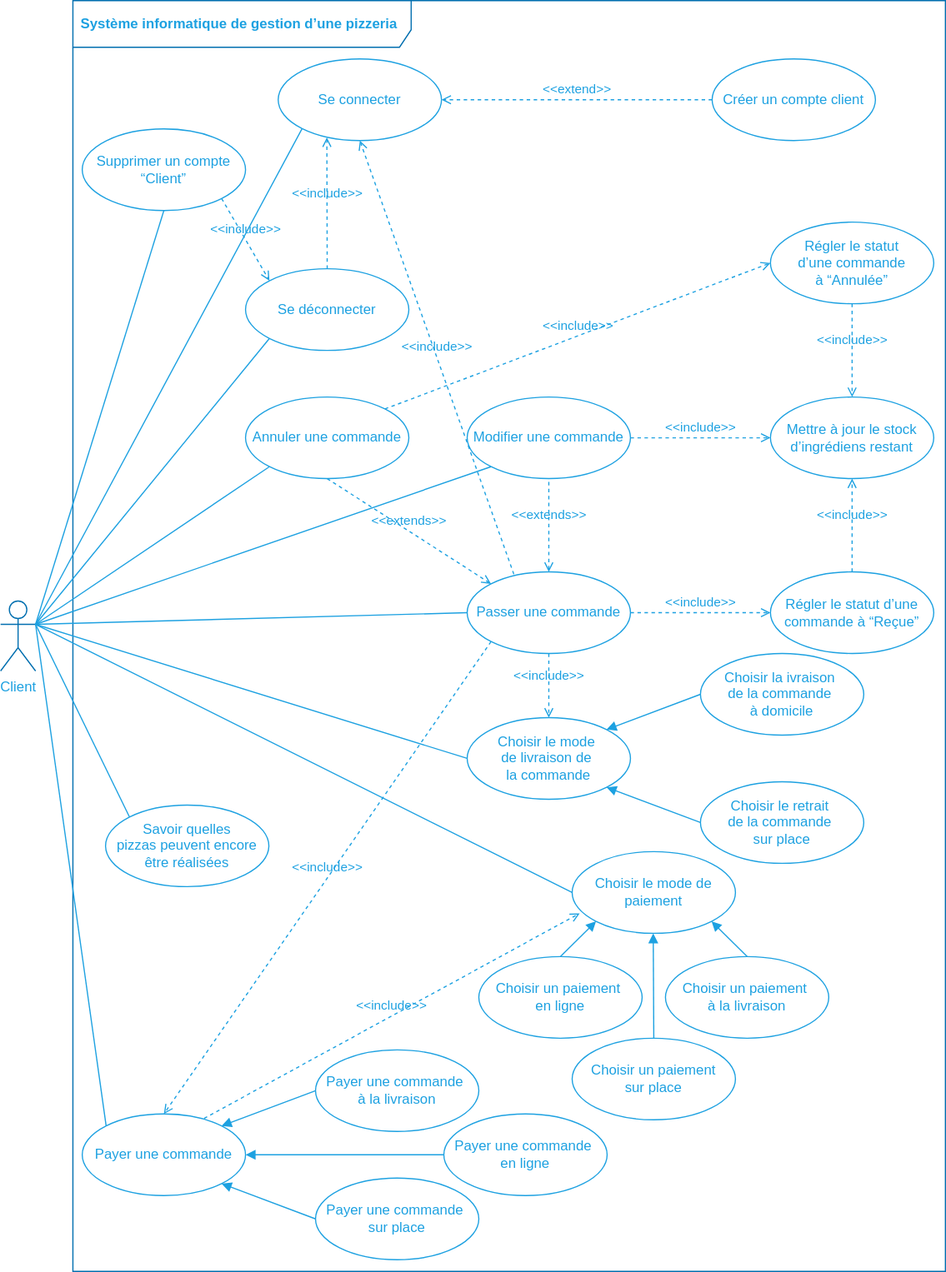
centvingt/OCPizzaRedaction keeps this draw.io diagram as img/figure_use-case-diagram-customer.svg. Above is the earlier version. Source tidied: cells renumbered, new cells last; positions are measured from the earlier drawing's top-left corner, leaving out a move shared by most shapes.
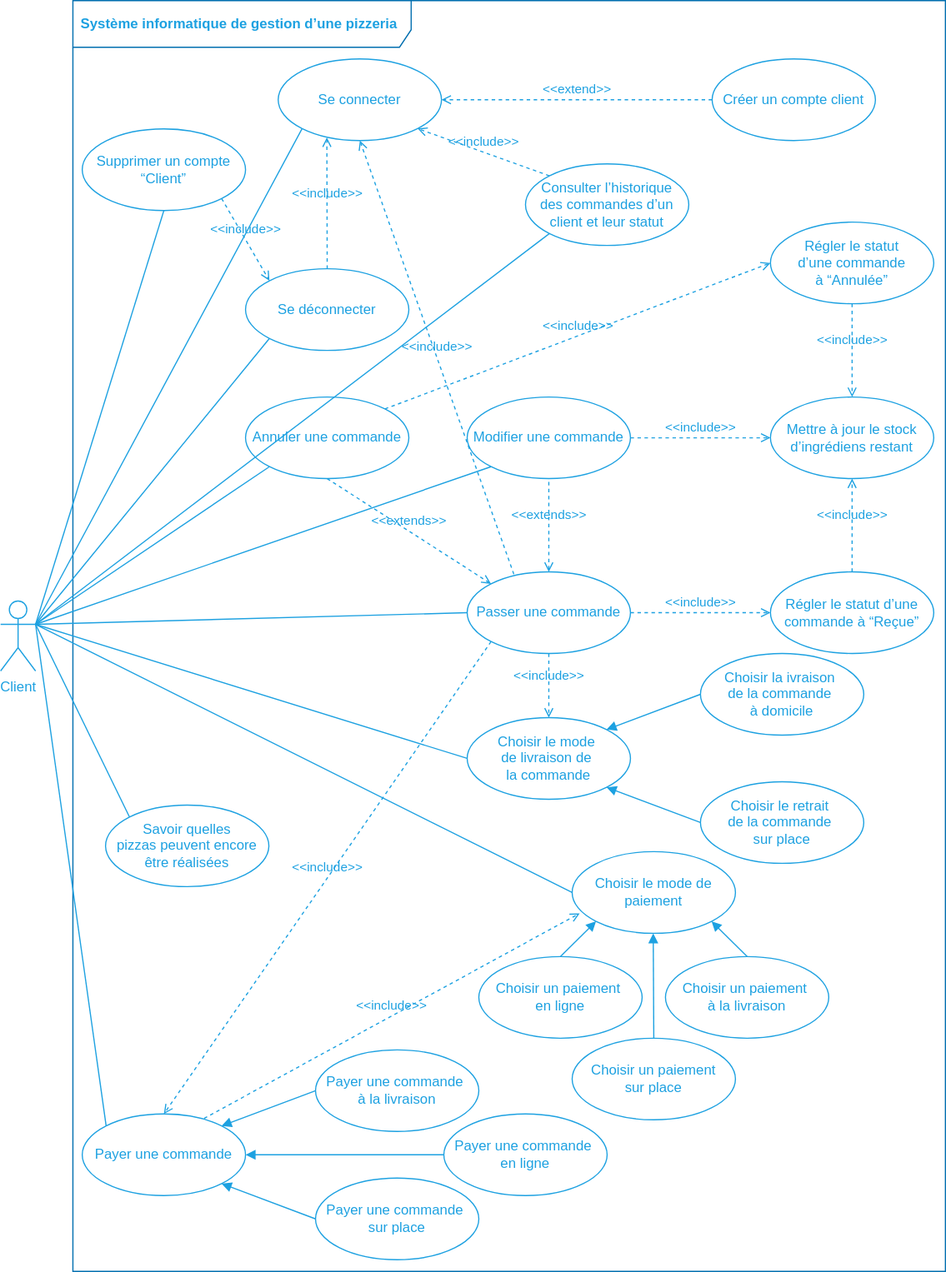
The same file after the commit.

Diff of the diagram source:
```diff
@@ -2,7 +2,7 @@
   <root>
     <mxCell id="0" />
     <mxCell id="1" value="Acteurs et actions" parent="0" />
-    <mxCell id="2" value="&lt;font color=&quot;#1da1e1&quot;&gt;Client&lt;/font&gt;" style="shape=umlActor;verticalLabelPosition=bottom;verticalAlign=top;html=1;strokeColor=#006EAF;fontColor=#ffffff;fillColor=none;" parent="1" vertex="1">
+    <mxCell id="2" value="&lt;font color=&quot;#1da1e1&quot;&gt;Client&lt;/font&gt;" style="shape=umlActor;verticalLabelPosition=bottom;verticalAlign=top;html=1;fontColor=#ffffff;fillColor=none;strokeColor=#1DA1E1;" parent="1" vertex="1">
       <mxGeometry y="515" width="30" height="60" as="geometry" />
     </mxCell>
     <mxCell id="3" value="&lt;font color=&quot;#1da1e1&quot;&gt;Système informatique de gestion d’une pizzeria&lt;/font&gt;" style="shape=umlFrame;whiteSpace=wrap;html=1;width=290;height=40;boundedLbl=1;verticalAlign=middle;align=left;spacingLeft=5;strokeColor=#006EAF;fontColor=#ffffff;fillColor=none;fontStyle=1;" parent="1" vertex="1">
@@ -181,5 +181,14 @@
     <mxCell id="60" value="&lt;font color=&quot;#1da1e1&quot;&gt;&amp;lt;&amp;lt;include&amp;gt;&amp;gt;&lt;/font&gt;" style="html=1;verticalAlign=bottom;labelBackgroundColor=none;endArrow=open;endFill=0;dashed=1;strokeColor=#1DA1E1;exitX=0.746;exitY=0.055;exitDx=0;exitDy=0;entryX=0.046;entryY=0.755;entryDx=0;entryDy=0;entryPerimeter=0;exitPerimeter=0;" parent="1" edge="1" source="31" target="53">
       <mxGeometry relative="1" as="geometry" />
     </mxCell>
+    <mxCell id="61" style="rounded=0;jettySize=auto;html=1;exitX=0;exitY=1;exitDx=0;exitDy=0;entryX=1;entryY=0.3333333333333333;entryDx=0;entryDy=0;entryPerimeter=0;endArrow=none;endFill=0;strokeColor=#1DA1E1;" parent="1" edge="1" source="62" target="2">
+      <mxGeometry relative="1" as="geometry" />
+    </mxCell>
+    <mxCell id="62" value="&lt;font color=&quot;#1da1e1&quot;&gt;Consulter l’historique &lt;br&gt;des commandes d’un client et leur statut&lt;/font&gt;" style="ellipse;whiteSpace=wrap;html=1;fillColor=none;strokeColor=#1DA1E1;" parent="1" vertex="1">
+      <mxGeometry x="450" y="140" width="140" height="70" as="geometry" />
+    </mxCell>
+    <mxCell id="63" value="&lt;font color=&quot;#1da1e1&quot;&gt;&amp;lt;&amp;lt;include&amp;gt;&amp;gt;&lt;/font&gt;" style="html=1;verticalAlign=bottom;labelBackgroundColor=none;endArrow=open;endFill=0;dashed=1;strokeColor=#1DA1E1;exitX=0;exitY=0;exitDx=0;exitDy=0;entryX=1;entryY=1;entryDx=0;entryDy=0;" parent="1" edge="1" source="62" target="23">
+      <mxGeometry relative="1" as="geometry" />
+    </mxCell>
   </root>
 </mxGraphModel>
```
